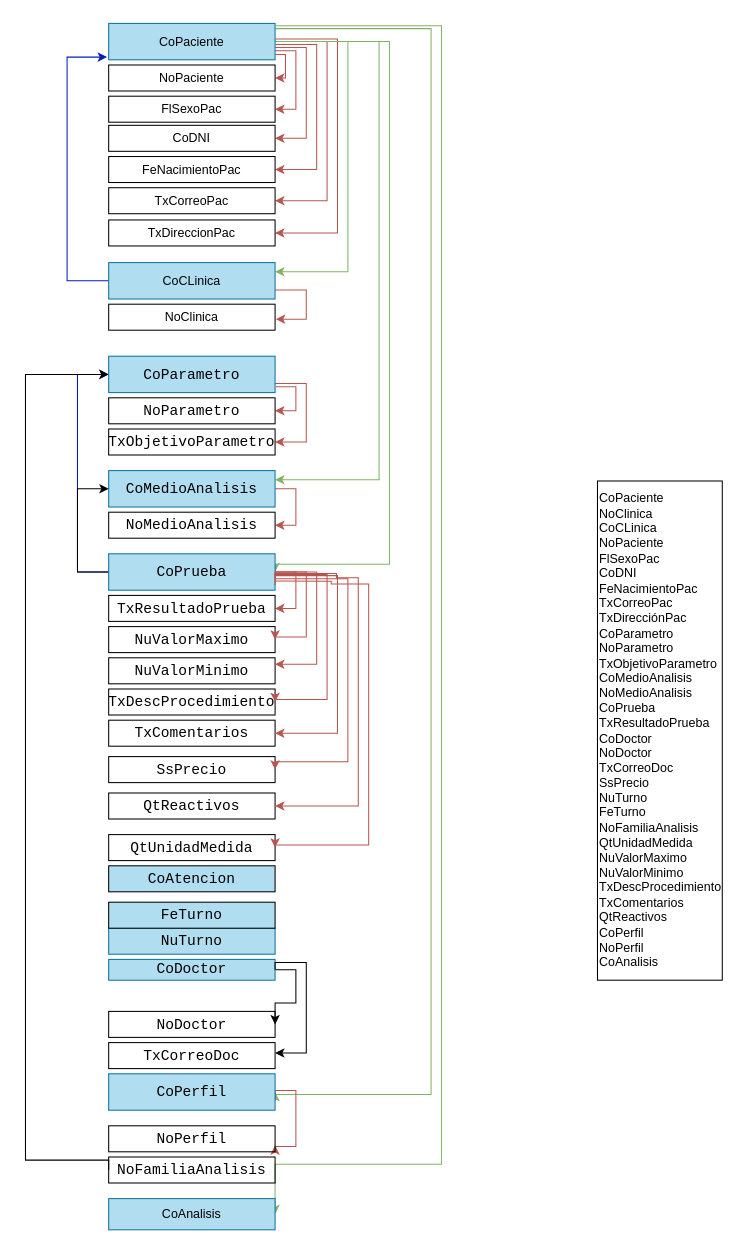
This is page "Diagrama Funcional" (1 of 2) of Untitled Diagram.drawio from hrojasutani/test, a draw.io file, before an edit. Source tidied: cells renumbered, new cells numbered last; positions are measured from the earlier drawing's top-left corner, leaving out a move shared by most shapes. Both pictures are drawn from the tidied source at 104%, with x=0, y=0 at pixel (25, 23).
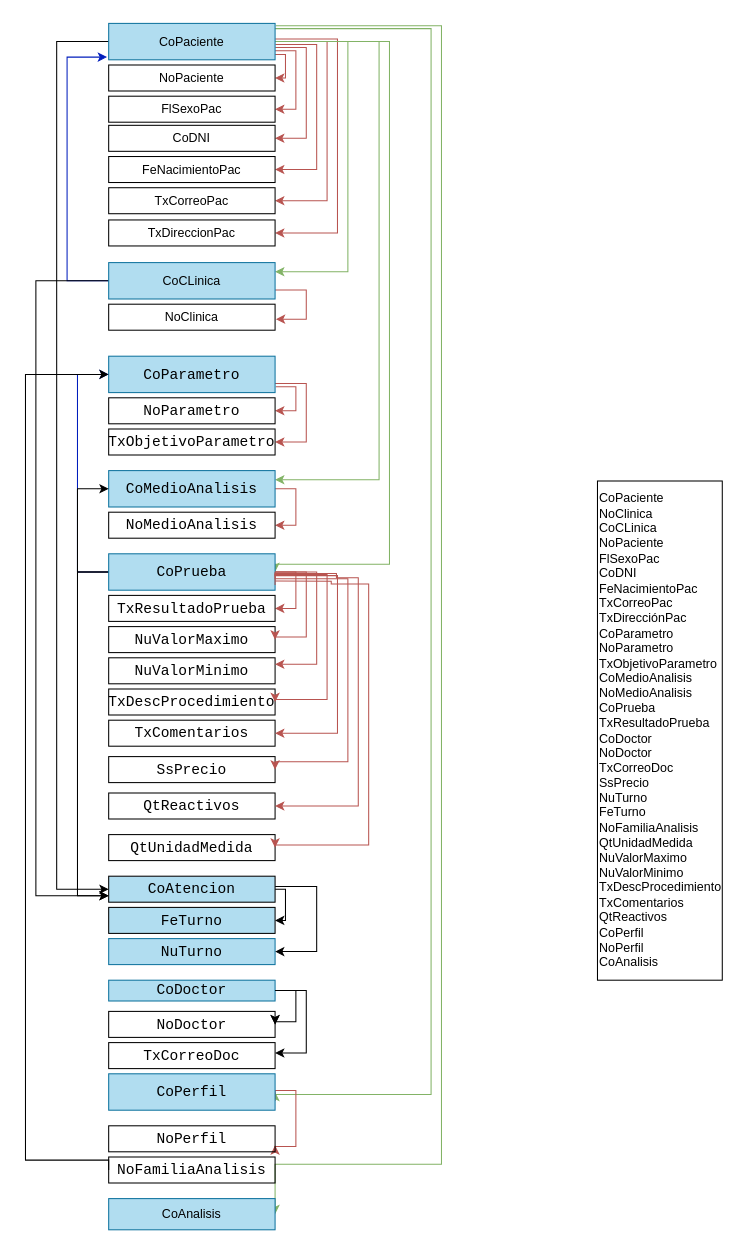
After the change.

Unchanged cells that the change refers to:
```xml
<mxCell id="14" value="&lt;span style=&quot;text-align: left;&quot;&gt;CoPaciente&lt;/span&gt;" style="rounded=0;whiteSpace=wrap;html=1;verticalAlign=middle;fillColor=#b1ddf0;strokeColor=#10739e;" parent="1" vertex="1">
  <mxGeometry x="80" width="160" height="35" as="geometry" />
</mxCell>
<mxCell id="18" value="&lt;div style=&quot;text-align: left;&quot;&gt;&lt;span style=&quot;background-color: initial;&quot;&gt;CoCLinica&lt;/span&gt;&lt;/div&gt;" style="rounded=0;whiteSpace=wrap;html=1;verticalAlign=middle;fillColor=#b1ddf0;strokeColor=#10739e;" parent="1" vertex="1">
  <mxGeometry x="80" y="230" width="160" height="35" as="geometry" />
</mxCell>
<mxCell id="37" value="&lt;div style=&quot;font-family: Consolas, &amp;quot;Courier New&amp;quot;, monospace; font-size: 14px; line-height: 19px;&quot;&gt;&lt;div&gt;&lt;span style=&quot;&quot;&gt;CoPrueba&lt;/span&gt;&lt;/div&gt;&lt;/div&gt;" style="text;whiteSpace=wrap;html=1;verticalAlign=middle;align=center;labelBackgroundColor=none;fontStyle=0;strokeColor=#10739e;fillColor=#b1ddf0;" parent="1" vertex="1">
  <mxGeometry x="80" y="510" width="160" height="35" as="geometry" />
</mxCell>
<mxCell id="41" value="&lt;div style=&quot;font-family: Consolas, &amp;quot;Courier New&amp;quot;, monospace; font-size: 14px; line-height: 19px;&quot;&gt;&lt;div&gt;&lt;span style=&quot;&quot;&gt;NoDoctor&lt;/span&gt;&lt;/div&gt;&lt;/div&gt;" style="text;whiteSpace=wrap;html=1;verticalAlign=middle;align=center;fontColor=default;labelBackgroundColor=none;fontStyle=0;strokeColor=default;" parent="1" vertex="1">
  <mxGeometry x="80" y="950" width="160" height="25" as="geometry" />
</mxCell>
```

Diff of the diagram source:
```diff
@@
+    <mxCell id="66" style="edgeStyle=orthogonalEdgeStyle;rounded=0;jettySize=auto;html=1;entryX=0;entryY=0.5;entryDx=0;entryDy=0;" parent="1" edge="1" source="14" target="65">
+      <mxGeometry relative="1" as="geometry">
+        <Array as="points">
+          <mxPoint x="30" y="18" />
+          <mxPoint x="30" y="833" />
+        </Array>
+      </mxGeometry>
+    </mxCell>
@@
+    <mxCell id="67" style="edgeStyle=orthogonalEdgeStyle;rounded=0;jettySize=auto;html=1;entryX=0;entryY=0.75;entryDx=0;entryDy=0;" parent="1" edge="1" source="18" target="65">
+      <mxGeometry relative="1" as="geometry">
+        <Array as="points">
+          <mxPoint x="10" y="247.5" />
+          <mxPoint x="10" y="839" />
+        </Array>
+      </mxGeometry>
+    </mxCell>
@@
+    <mxCell id="68" style="edgeStyle=orthogonalEdgeStyle;rounded=0;jettySize=auto;html=1;entryX=0;entryY=0.75;entryDx=0;entryDy=0;" parent="1" edge="1" source="37" target="65">
+      <mxGeometry relative="1" as="geometry">
+        <Array as="points">
+          <mxPoint x="50" y="528" />
+          <mxPoint x="50" y="839" />
+        </Array>
+      </mxGeometry>
+    </mxCell>
@@
     <mxCell id="39" style="edgeStyle=orthogonalEdgeStyle;rounded=0;jettySize=auto;html=1;exitX=1;exitY=0.5;exitDx=0;exitDy=0;entryX=1;entryY=0.5;entryDx=0;entryDy=0;" parent="1" edge="1" source="40" target="41">
       <mxGeometry relative="1" as="geometry">
         <Array as="points">
-          <mxPoint x="260" y="910" />
-          <mxPoint x="260" y="942" />
+          <mxPoint x="260" y="930" />
+          <mxPoint x="260" y="960" />
+          <mxPoint x="240" y="960" />
         </Array>
       </mxGeometry>
     </mxCell>
     <mxCell id="40" value="&lt;div style=&quot;font-family: Consolas, &amp;quot;Courier New&amp;quot;, monospace; font-size: 14px; line-height: 19px;&quot;&gt;&lt;div&gt;&lt;span style=&quot;&quot;&gt;CoDoctor&lt;/span&gt;&lt;/div&gt;&lt;/div&gt;" style="text;whiteSpace=wrap;html=1;verticalAlign=middle;align=center;labelBackgroundColor=none;fontStyle=0;strokeColor=#10739e;fillColor=#b1ddf0;" parent="1" vertex="1">
-      <mxGeometry x="80" y="900" width="160" height="20" as="geometry" />
+      <mxGeometry x="80" y="920" width="160" height="20" as="geometry" />
     </mxCell>
@@
     <mxCell id="44" value="&lt;div style=&quot;font-family: Consolas, &amp;quot;Courier New&amp;quot;, monospace; font-size: 14px; line-height: 19px;&quot;&gt;&lt;div&gt;&lt;span style=&quot;&quot;&gt;NuTurno&lt;/span&gt;&lt;/div&gt;&lt;/div&gt;" style="text;whiteSpace=wrap;html=1;verticalAlign=middle;align=center;labelBackgroundColor=none;fontStyle=0;strokeColor=#10739E;fillColor=#B1DDF0;" parent="1" vertex="1">
-      <mxGeometry x="80" y="870" width="160" height="25" as="geometry" />
+      <mxGeometry x="80" y="880" width="160" height="25" as="geometry" />
     </mxCell>
     <mxCell id="45" value="&lt;div style=&quot;font-family: Consolas, &amp;quot;Courier New&amp;quot;, monospace; font-size: 14px; line-height: 19px;&quot;&gt;&lt;div&gt;&lt;span style=&quot;&quot;&gt;FeTurno&lt;/span&gt;&lt;/div&gt;&lt;/div&gt;" style="text;whiteSpace=wrap;html=1;verticalAlign=middle;align=center;fontColor=default;labelBackgroundColor=none;fontStyle=0;strokeColor=default;fillColor=#B1DDF0;" parent="1" vertex="1">
-      <mxGeometry x="80" y="845" width="160" height="25" as="geometry" />
+      <mxGeometry x="80" y="850" width="160" height="25" as="geometry" />
     </mxCell>
@@
     <mxCell id="64" style="edgeStyle=orthogonalEdgeStyle;rounded=0;jettySize=auto;html=1;exitX=1;exitY=0.5;exitDx=0;exitDy=0;" parent="1" edge="1" source="40">
       <mxGeometry relative="1" as="geometry">
         <mxPoint x="240" y="990" as="targetPoint" />
         <Array as="points">
-          <mxPoint x="240" y="903" />
-          <mxPoint x="270" y="903" />
+          <mxPoint x="270" y="930" />
           <mxPoint x="270" y="990" />
-          <mxPoint x="240" y="990" />
         </Array>
       </mxGeometry>
     </mxCell>
+    <mxCell id="69" style="edgeStyle=orthogonalEdgeStyle;rounded=0;jettySize=auto;html=1;entryX=1;entryY=0.5;entryDx=0;entryDy=0;exitX=1;exitY=0.5;exitDx=0;exitDy=0;" parent="1" edge="1" source="65" target="45">
+      <mxGeometry relative="1" as="geometry">
+        <Array as="points">
+          <mxPoint x="250" y="832" />
+          <mxPoint x="250" y="862" />
+        </Array>
+      </mxGeometry>
+    </mxCell>
+    <mxCell id="70" style="edgeStyle=orthogonalEdgeStyle;rounded=0;jettySize=auto;html=1;entryX=1;entryY=0.5;entryDx=0;entryDy=0;" parent="1" edge="1" source="65" target="44">
+      <mxGeometry relative="1" as="geometry">
+        <Array as="points">
+          <mxPoint x="280" y="830" />
+          <mxPoint x="280" y="893" />
+        </Array>
+      </mxGeometry>
+    </mxCell>
     <mxCell id="65" value="&lt;div style=&quot;font-family: Consolas, &amp;quot;Courier New&amp;quot;, monospace; font-size: 14px; line-height: 19px;&quot;&gt;&lt;div&gt;&lt;span style=&quot;&quot;&gt;CoAtencion&lt;/span&gt;&lt;/div&gt;&lt;/div&gt;" style="text;whiteSpace=wrap;html=1;verticalAlign=middle;align=center;fontColor=default;labelBackgroundColor=none;fontStyle=0;strokeColor=default;fillColor=#B1DDF0;" parent="1" vertex="1">
-      <mxGeometry x="80" y="810" width="160" height="25" as="geometry" />
+      <mxGeometry x="80" y="820" width="160" height="25" as="geometry" />
     </mxCell>
+    <mxCell id="71" style="edgeStyle=orthogonalEdgeStyle;rounded=0;orthogonalLoop=1;jettySize=auto;html=1;exitX=1;exitY=0.25;exitDx=0;exitDy=0;entryX=1;entryY=0.5;entryDx=0;entryDy=0;" parent="1" edge="1" source="41" target="41">
+      <mxGeometry relative="1" as="geometry" />
+    </mxCell>
```
